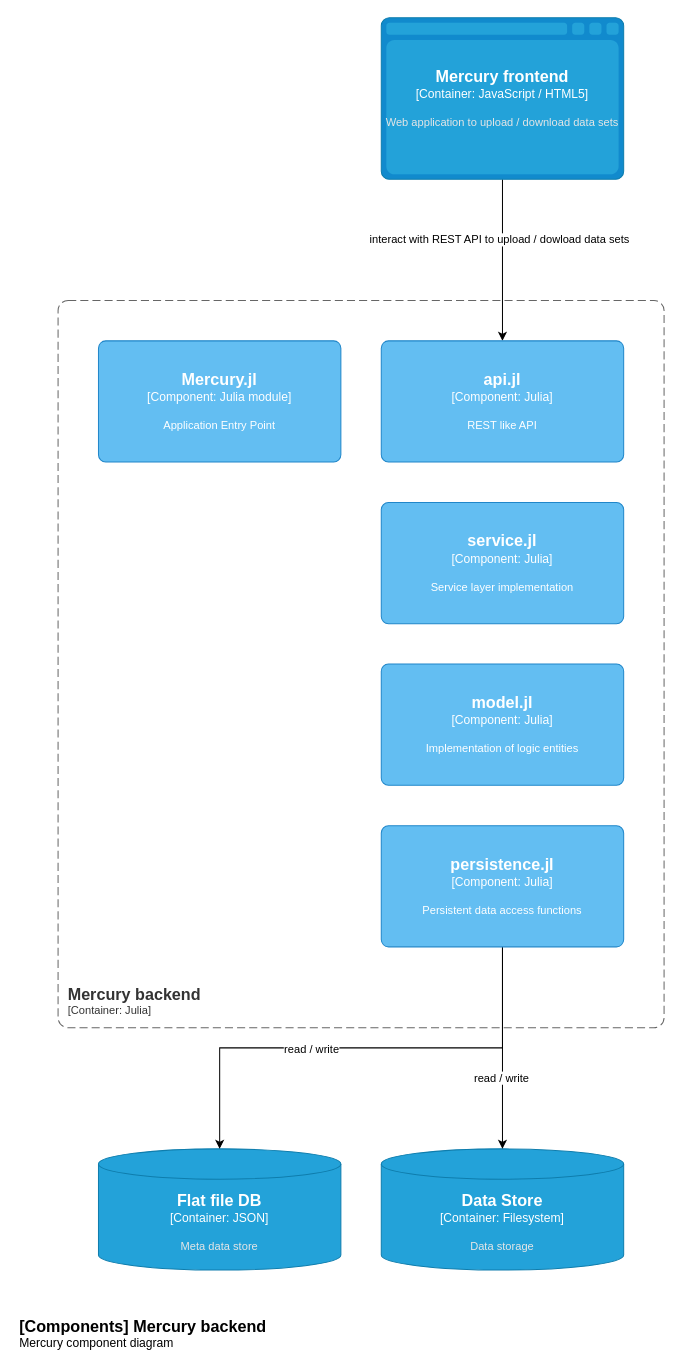
The draw.io diagram doc/Component Diagram.drawio in sschmidhuber/mercury, before the edit. Source tidied: cells renumbered, new cells numbered last; positions are measured from the earlier drawing's top-left corner, leaving out a move shared by most shapes. Both pictures are drawn from the tidied source at 101%, with x=0, y=0 at pixel (17, 17).
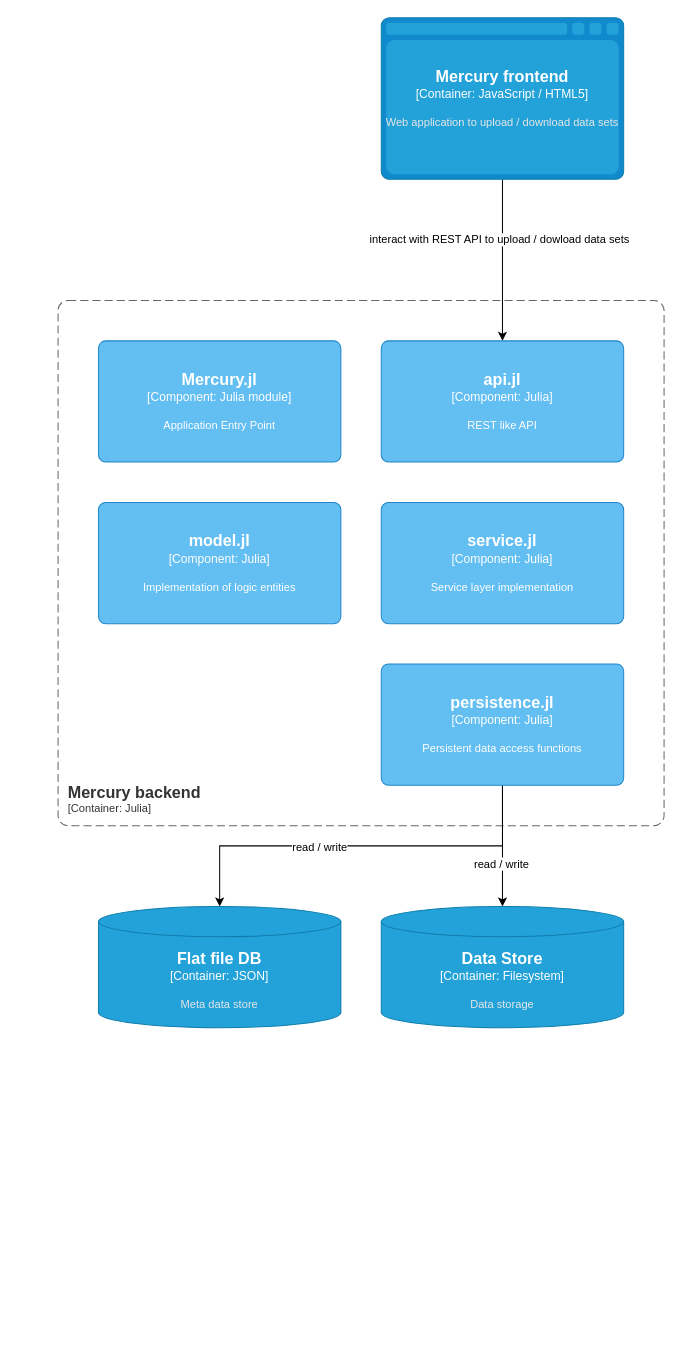
After the change.

Change to the diagram source:
```diff
@@
     <object id="2" label="&lt;font style=&quot;font-size: 16px&quot;&gt;&lt;b&gt;&lt;div style=&quot;text-align: left&quot;&gt;%c4Name%&lt;/div&gt;&lt;/b&gt;&lt;/font&gt;&lt;div style=&quot;text-align: left&quot;&gt;[%c4Application%]&lt;/div&gt;" c4Application="Container: Julia" c4Name="Mercury backend" placeholders="1">
       <mxCell style="rounded=1;fontSize=11;whiteSpace=wrap;html=1;dashed=1;arcSize=20;fillColor=none;strokeColor=#666666;fontColor=#333333;labelBackgroundColor=none;align=left;verticalAlign=bottom;labelBorderColor=none;spacingTop=0;spacing=10;dashPattern=8 4;perimeter=rectanglePerimeter;noLabel=0;labelPadding=0;absoluteArcSize=1;" parent="1" vertex="1">
-        <mxGeometry x="40" y="280" width="600" height="720" as="geometry" />
+        <mxGeometry x="40" y="280" width="600" height="520" as="geometry" />
       </mxCell>
     </object>
@@
     <object id="6" label="&lt;font style=&quot;font-size: 16px&quot;&gt;&lt;b&gt;%c4Type%&lt;/b&gt;&lt;/font&gt;&lt;div&gt;[%c4Container%:&amp;nbsp;%c4Technology%]&lt;/div&gt;&lt;br&gt;&lt;div&gt;&lt;font style=&quot;font-size: 11px&quot;&gt;&lt;font color=&quot;#E6E6E6&quot;&gt;%c4Description%&lt;/font&gt;&lt;/div&gt;" c4Container="Container" c4Description="Meta data store" c4Technology="JSON" c4Type="Flat file DB" placeholders="1">
       <mxCell style="shape=cylinder3;size=15;whiteSpace=wrap;html=1;boundedLbl=1;rounded=0;labelBackgroundColor=none;fillColor=#23A2D9;fontSize=12;fontColor=#ffffff;align=center;strokeColor=#0E7DAD;points=[[0.5,0,0],[1,0.25,0],[1,0.5,0],[1,0.75,0],[0.5,1,0],[0,0.75,0],[0,0.5,0],[0,0.25,0]];" parent="1" vertex="1">
-        <mxGeometry x="80" y="1120" width="240" height="120" as="geometry" />
+        <mxGeometry x="80" y="880" width="240" height="120" as="geometry" />
       </mxCell>
     </object>
     <object id="7" label="&lt;font style=&quot;font-size: 16px&quot;&gt;&lt;b&gt;%c4Type%&lt;/b&gt;&lt;/font&gt;&lt;div&gt;[%c4Container%:&amp;nbsp;%c4Technology%]&lt;/div&gt;&lt;br&gt;&lt;div&gt;&lt;font style=&quot;font-size: 11px&quot;&gt;&lt;font color=&quot;#E6E6E6&quot;&gt;%c4Description%&lt;/font&gt;&lt;/div&gt;" c4Container="Container" c4Description="Data storage" c4Technology="Filesystem" c4Type="Data Store" placeholders="1">
       <mxCell style="shape=cylinder3;size=15;whiteSpace=wrap;html=1;boundedLbl=1;rounded=0;labelBackgroundColor=none;fillColor=#23A2D9;fontSize=12;fontColor=#ffffff;align=center;strokeColor=#0E7DAD;points=[[0.5,0,0],[1,0.25,0],[1,0.5,0],[1,0.75,0],[0.5,1,0],[0,0.75,0],[0,0.5,0],[0,0.25,0]];" parent="1" vertex="1">
-        <mxGeometry x="360" y="1120" width="240" height="120" as="geometry" />
+        <mxGeometry x="360" y="880" width="240" height="120" as="geometry" />
       </mxCell>
     </object>
@@
     <object id="11" label="&lt;font style=&quot;font-size: 16px&quot;&gt;&lt;b&gt;%c4Name%&lt;/b&gt;&lt;/font&gt;&lt;div&gt;[%c4Type%: %c4Technology%]&lt;/div&gt;&lt;br&gt;&lt;div&gt;&lt;font style=&quot;font-size: 11px&quot;&gt;%c4Description%&lt;/font&gt;&lt;/div&gt;" c4Description="Implementation of logic entities" c4Name="model.jl" c4Technology="Julia" c4Type="Component" placeholders="1">
       <mxCell style="rounded=1;whiteSpace=wrap;html=1;labelBackgroundColor=none;fillColor=#63BEF2;fontColor=#ffffff;align=center;arcSize=6;strokeColor=#2086C9;" parent="1" vertex="1">
-        <mxGeometry x="360" y="640" width="240" height="120" as="geometry" />
+        <mxGeometry x="80" y="480" width="240" height="120" as="geometry" />
       </mxCell>
     </object>
@@
     <object id="16" label="&lt;font style=&quot;font-size: 16px&quot;&gt;&lt;b&gt;%c4Name%&lt;/b&gt;&lt;/font&gt;&lt;div&gt;[%c4Type%: %c4Technology%]&lt;/div&gt;&lt;br&gt;&lt;div&gt;&lt;font style=&quot;font-size: 11px&quot;&gt;%c4Description%&lt;/font&gt;&lt;/div&gt;" c4Description="Persistent data access functions" c4Name="persistence.jl" c4Technology="Julia" c4Type="Component" placeholders="1">
       <mxCell style="rounded=1;whiteSpace=wrap;html=1;labelBackgroundColor=none;fillColor=#63BEF2;fontColor=#ffffff;align=center;arcSize=6;strokeColor=#2086C9;points=[[0.25,0,0],[0.5,0,0],[0.75,0,0],[1,0.25,0],[1,0.5,0],[1,0.75,0],[0.75,1,0],[0.5,1,0],[0.25,1,0],[0,0.75,0],[0,0.5,0],[0,0.25,0]];" parent="1" vertex="1">
-        <mxGeometry x="360" y="800" width="240" height="120" as="geometry" />
+        <mxGeometry x="360" y="640" width="240" height="120" as="geometry" />
       </mxCell>
     </object>
-    <object id="17" label="&lt;font style=&quot;font-size: 16px&quot;&gt;&lt;b&gt;&lt;div style=&quot;text-align: left&quot;&gt;%c4Name%&lt;/div&gt;&lt;/b&gt;&lt;/font&gt;&lt;div style=&quot;text-align: left&quot;&gt;%c4Description%&lt;/div&gt;" c4Description="Mercury component diagram" c4Name="[Components] Mercury backend" placeholders="1">
-      <mxCell style="text;html=1;strokeColor=none;fillColor=none;align=left;verticalAlign=top;whiteSpace=wrap;rounded=0;" parent="1" vertex="1">
-        <mxGeometry y="1280" width="260" height="40" as="geometry" />
-      </mxCell>
-    </object>
```
